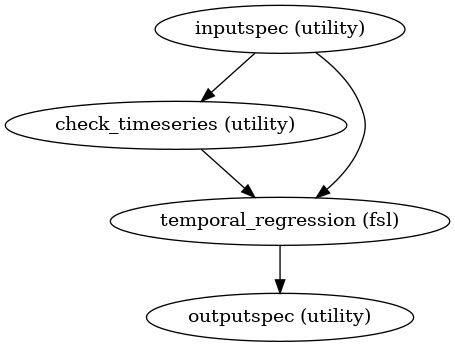
The Graphviz diagram docs/nightly/developer/workflows/images/generated/create_temporal_regression.png in FCP-INDI/fcp-indi.github.io, before a commit. Its source is kept beside it as docs/nightly/developer/workflows/images/generated/create_temporal_regression.dot.
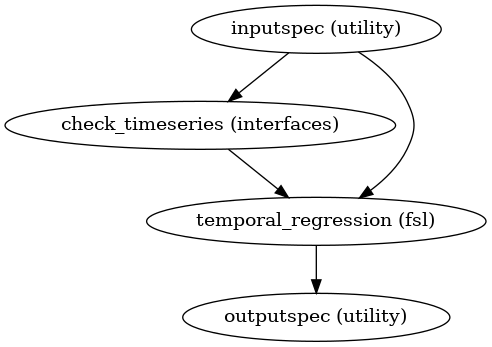
After the change.

Diff of the diagram source:
```diff
@@ -1,10 +1,10 @@
-strict digraph  {
+strict digraph {
 "inputspec (utility)";
-"check_timeseries (utility)";
+"check_timeseries (interfaces)";
 "temporal_regression (fsl)";
 "outputspec (utility)";
-"inputspec (utility)" -> "check_timeseries (utility)";
+"inputspec (utility)" -> "check_timeseries (interfaces)";
 "inputspec (utility)" -> "temporal_regression (fsl)";
-"check_timeseries (utility)" -> "temporal_regression (fsl)";
+"check_timeseries (interfaces)" -> "temporal_regression (fsl)";
 "temporal_regression (fsl)" -> "outputspec (utility)";
 }
```
